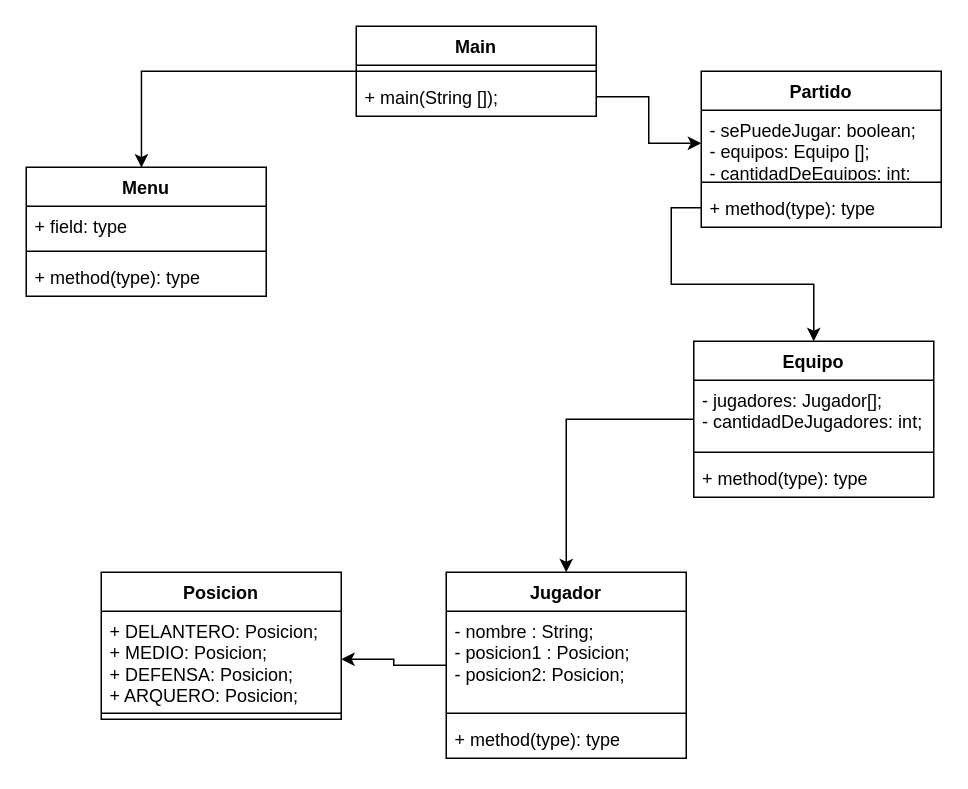
The draw.io diagram Futbol/SistDeGestionPartidosDeLosJueves.drawio in LucasBudnik/TL2_EXTRA, before the edit. Source tidied: cells renumbered, new cells numbered last; positions are measured from the earlier drawing's top-left corner, leaving out a move shared by most shapes. Both pictures are drawn from the tidied source at 150%, with x=0, y=0 at pixel (26, 26).
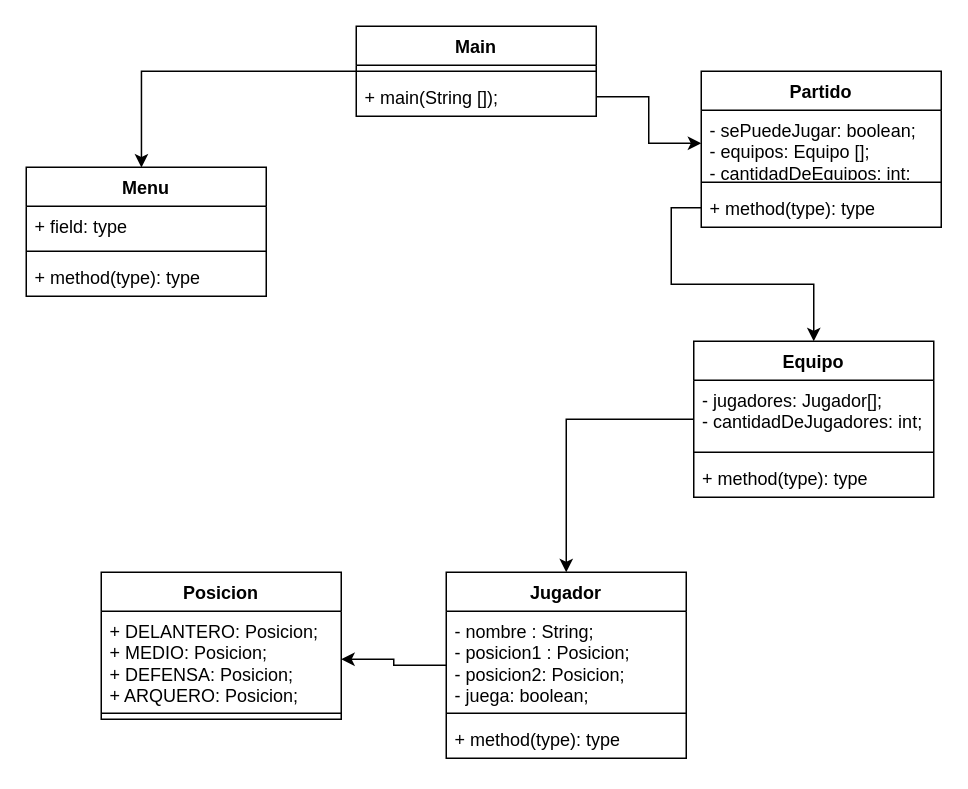
The same diagram, later.

Commit message:
add : boolean -> Jugador

Unchanged cells that the change refers to:
```xml
<mxCell id="19" value="Jugador" style="swimlane;fontStyle=1;align=center;verticalAlign=top;horizontal=1;startSize=26;whiteSpace=wrap;html=1;" parent="1" vertex="1">
  <mxGeometry x="280" y="364" width="160" height="124" as="geometry" />
</mxCell>
```

What changed in the source:
```diff
@@
-    <mxCell id="20" value="- nombre : String;&lt;br&gt;- posicion1 : Posicion;&lt;br&gt;- posicion2: Posicion;" style="text;strokeColor=none;fillColor=none;align=left;verticalAlign=top;spacingLeft=4;spacingRight=4;overflow=hidden;whiteSpace=wrap;html=1;" parent="19" vertex="1">
+    <mxCell id="20" value="- nombre : String;&lt;br&gt;- posicion1 : Posicion;&lt;br&gt;- posicion2: Posicion;&lt;br&gt;- juega: boolean;" style="text;strokeColor=none;fillColor=none;align=left;verticalAlign=top;spacingLeft=4;spacingRight=4;overflow=hidden;whiteSpace=wrap;html=1;" parent="19" vertex="1">
       <mxGeometry y="26" width="160" height="64" as="geometry" />
     </mxCell>
```
